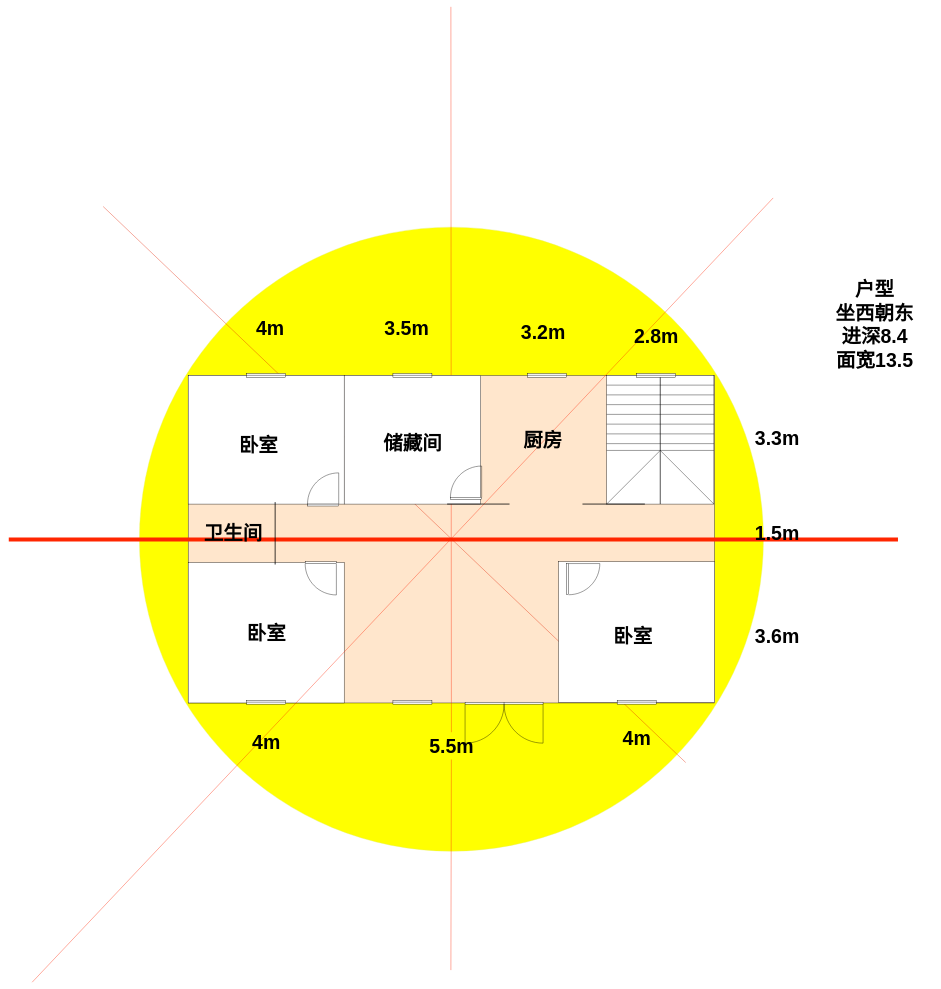
This is 方位户型.drawio from lbrjms/app, a draw.io file, before an edit. Source tidied: cells renumbered, new cells numbered last; positions are measured from the earlier drawing's top-left corner, leaving out a move shared by most shapes. Both pictures are drawn from the tidied source at 39%, with x=0, y=0 at pixel (9, 7).
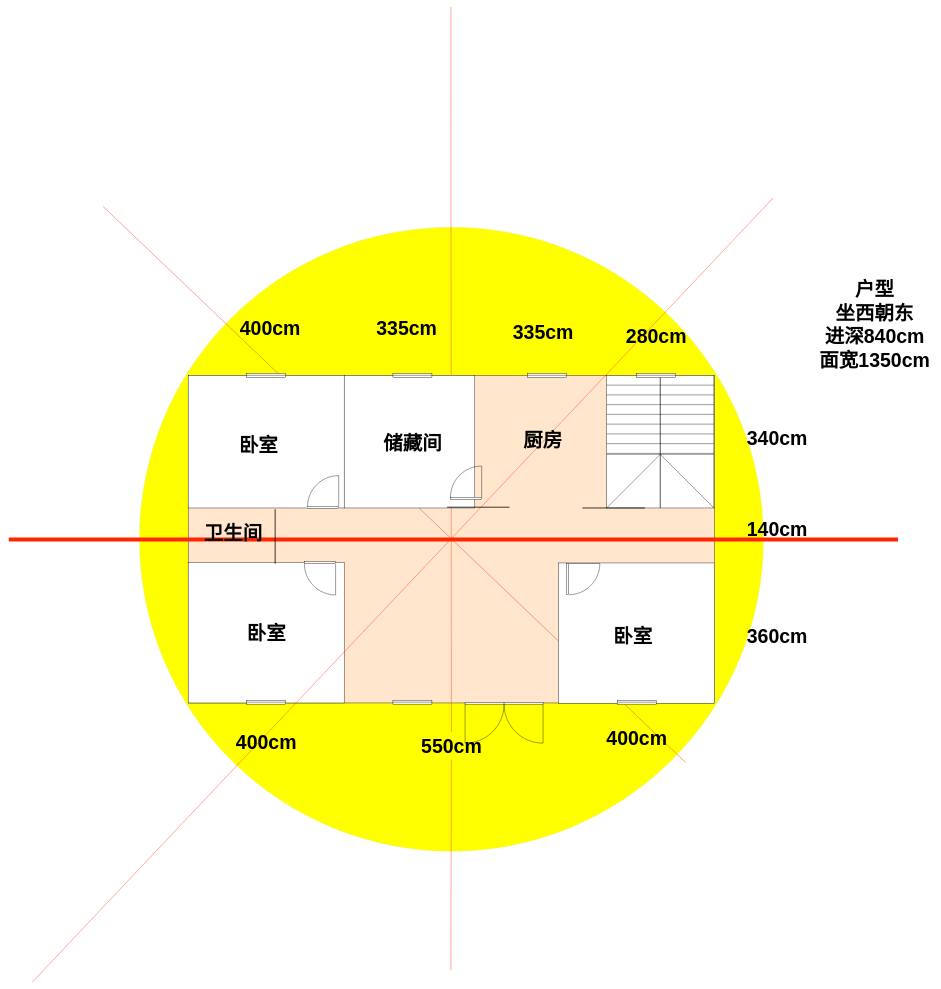
The same page after the edit.

Commit message:
更新方位户型.drawio

Diff of the diagram source:
```diff
@@
     <mxCell id="8" style="rounded=0;whiteSpace=wrap;html=1;" parent="1" vertex="1">
-      <mxGeometry x="1410" y="1423" width="400" height="360" as="geometry" />
+      <mxGeometry x="1410" y="1426" width="400" height="360" as="geometry" />
     </mxCell>
     <mxCell id="9" style="rounded=0;whiteSpace=wrap;html=1;" parent="1" vertex="1">
-      <mxGeometry x="460" y="945" width="400" height="330" as="geometry" />
+      <mxGeometry x="460" y="945" width="400" height="340" as="geometry" />
     </mxCell>
     <mxCell id="10" style="rounded=0;whiteSpace=wrap;html=1;" parent="1" vertex="1">
-      <mxGeometry x="860" y="945" width="350" height="330" as="geometry" />
+      <mxGeometry x="860" y="945" width="335" height="340" as="geometry" />
     </mxCell>
     <mxCell id="11" style="verticalLabelPosition=bottom;html=1;verticalAlign=top;align=center;shape=mxgraph.floorplan.stairsRest;direction=south;" parent="1" vertex="1">
-      <mxGeometry x="1533" y="945" width="275" height="330" as="geometry" />
+      <mxGeometry x="1533" y="945" width="275" height="340" as="geometry" />
     </mxCell>
@@
     <mxCell id="13" style="line;strokeWidth=2;html=1;" parent="1" vertex="1">
-      <mxGeometry x="1124" y="1270" width="160" height="10" as="geometry" />
+      <mxGeometry x="1124" y="1278" width="160" height="10" as="geometry" />
     </mxCell>
     <mxCell id="14" style="line;strokeWidth=2;html=1;" parent="1" vertex="1">
-      <mxGeometry x="1471" y="1270" width="160" height="10" as="geometry" />
+      <mxGeometry x="1471" y="1280" width="160" height="10" as="geometry" />
     </mxCell>
     <mxCell id="15" style="verticalLabelPosition=bottom;html=1;verticalAlign=top;align=center;shape=mxgraph.floorplan.doorRight;" parent="1" vertex="1">
-      <mxGeometry x="760" y="1423" width="80" height="85" as="geometry" />
+      <mxGeometry x="758" y="1423" width="80" height="85" as="geometry" />
     </mxCell>
@@
     <mxCell id="17" style="verticalLabelPosition=bottom;html=1;verticalAlign=top;align=center;shape=mxgraph.floorplan.doorLeft;direction=west;" parent="1" vertex="1">
-      <mxGeometry x="766" y="1195" width="80" height="85" as="geometry" />
+      <mxGeometry x="766" y="1202" width="80" height="85" as="geometry" />
     </mxCell>
@@
     <mxCell id="27" style="line;strokeWidth=2;direction=south;html=1;" parent="1" vertex="1">
-      <mxGeometry x="673" y="1270" width="20" height="160" as="geometry" />
+      <mxGeometry x="673" y="1288" width="20" height="140" as="geometry" />
     </mxCell>
-    <mxCell id="28" value="&lt;div&gt;&lt;b style=&quot;font-size: 50px;&quot;&gt;户型&lt;/b&gt;&lt;span style=&quot;font-size: 50px;&quot;&gt;&lt;b&gt;&lt;br&gt;&lt;/b&gt;&lt;/span&gt;&lt;/div&gt;&lt;div&gt;&lt;span style=&quot;font-size: 50px;&quot;&gt;&lt;b&gt;坐西朝东&lt;/b&gt;&lt;/span&gt;&lt;/div&gt;&lt;span style=&quot;font-size: 50px;&quot;&gt;&lt;b&gt;进深8.4&lt;/b&gt;&lt;/span&gt;&lt;div&gt;&lt;span style=&quot;font-size: 50px;&quot;&gt;&lt;b&gt;面宽13.5&lt;/b&gt;&lt;/span&gt;&lt;/div&gt;" style="text;html=1;align=center;verticalAlign=middle;strokeColor=none;fillColor=none;" parent="1" vertex="1">
-      <mxGeometry x="2110" y="690" width="220" height="250" as="geometry" />
+    <mxCell id="28" value="&lt;div&gt;&lt;b style=&quot;font-size: 50px;&quot;&gt;户型&lt;/b&gt;&lt;span style=&quot;font-size: 50px;&quot;&gt;&lt;b&gt;&lt;br&gt;&lt;/b&gt;&lt;/span&gt;&lt;/div&gt;&lt;div&gt;&lt;span style=&quot;font-size: 50px;&quot;&gt;&lt;b&gt;坐西朝东&lt;/b&gt;&lt;/span&gt;&lt;/div&gt;&lt;span style=&quot;font-size: 50px;&quot;&gt;&lt;b&gt;进深840cm&lt;/b&gt;&lt;/span&gt;&lt;div&gt;&lt;span style=&quot;font-size: 50px;&quot;&gt;&lt;b&gt;面宽1350cm&lt;/b&gt;&lt;/span&gt;&lt;/div&gt;" style="text;html=1;align=center;verticalAlign=middle;strokeColor=none;fillColor=none;" parent="1" vertex="1">
+      <mxGeometry x="2065" y="690" width="310" height="250" as="geometry" />
     </mxCell>
-    <mxCell id="29" value="&lt;div&gt;&lt;span style=&quot;font-size: 50px;&quot;&gt;&lt;b&gt;3.3m&lt;/b&gt;&lt;/span&gt;&lt;/div&gt;" style="text;html=1;align=center;verticalAlign=middle;strokeColor=none;fillColor=none;" parent="1" vertex="1">
-      <mxGeometry x="1900" y="1070" width="140" height="70" as="geometry" />
+    <mxCell id="29" value="&lt;div&gt;&lt;span style=&quot;font-size: 50px;&quot;&gt;&lt;b&gt;340cm&lt;/b&gt;&lt;/span&gt;&lt;/div&gt;" style="text;html=1;align=center;verticalAlign=middle;strokeColor=none;fillColor=none;" parent="1" vertex="1">
+      <mxGeometry x="1880" y="1070" width="180" height="70" as="geometry" />
     </mxCell>
-    <mxCell id="30" value="&lt;div&gt;&lt;span style=&quot;font-size: 50px;&quot;&gt;&lt;b&gt;1.5m&lt;/b&gt;&lt;/span&gt;&lt;/div&gt;" style="text;html=1;align=center;verticalAlign=middle;strokeColor=none;fillColor=none;" parent="1" vertex="1">
-      <mxGeometry x="1900" y="1315" width="140" height="70" as="geometry" />
+    <mxCell id="30" value="&lt;div&gt;&lt;span style=&quot;font-size: 50px;&quot;&gt;&lt;b&gt;140cm&lt;/b&gt;&lt;/span&gt;&lt;/div&gt;" style="text;html=1;align=center;verticalAlign=middle;strokeColor=none;fillColor=none;" parent="1" vertex="1">
+      <mxGeometry x="1880" y="1305" width="180" height="70" as="geometry" />
     </mxCell>
-    <mxCell id="31" value="&lt;div&gt;&lt;span style=&quot;font-size: 50px;&quot;&gt;&lt;b&gt;3.6m&lt;/b&gt;&lt;/span&gt;&lt;/div&gt;" style="text;html=1;align=center;verticalAlign=middle;strokeColor=none;fillColor=none;" parent="1" vertex="1">
-      <mxGeometry x="1900" y="1580" width="140" height="70" as="geometry" />
+    <mxCell id="31" value="&lt;div&gt;&lt;span style=&quot;font-size: 50px;&quot;&gt;&lt;b&gt;360cm&lt;/b&gt;&lt;/span&gt;&lt;/div&gt;" style="text;html=1;align=center;verticalAlign=middle;strokeColor=none;fillColor=none;" parent="1" vertex="1">
+      <mxGeometry x="1880" y="1580" width="180" height="70" as="geometry" />
     </mxCell>
-    <mxCell id="32" value="&lt;div&gt;&lt;span style=&quot;font-size: 50px;&quot;&gt;&lt;b&gt;4m&lt;/b&gt;&lt;/span&gt;&lt;/div&gt;" style="text;html=1;align=center;verticalAlign=middle;strokeColor=none;fillColor=none;" parent="1" vertex="1">
-      <mxGeometry x="1560" y="1840" width="100" height="70" as="geometry" />
+    <mxCell id="32" value="&lt;div&gt;&lt;span style=&quot;font-size: 50px;&quot;&gt;&lt;b&gt;400cm&lt;/b&gt;&lt;/span&gt;&lt;/div&gt;" style="text;html=1;align=center;verticalAlign=middle;strokeColor=none;fillColor=none;" parent="1" vertex="1">
+      <mxGeometry x="1520" y="1840" width="180" height="70" as="geometry" />
     </mxCell>
-    <mxCell id="33" value="&lt;div&gt;&lt;span style=&quot;font-size: 50px;&quot;&gt;&lt;b&gt;4m&lt;/b&gt;&lt;/span&gt;&lt;/div&gt;" style="text;html=1;align=center;verticalAlign=middle;strokeColor=none;fillColor=none;" parent="1" vertex="1">
-      <mxGeometry x="610" y="1850" width="100" height="70" as="geometry" />
+    <mxCell id="33" value="&lt;div&gt;&lt;span style=&quot;font-size: 50px;&quot;&gt;&lt;b&gt;400cm&lt;/b&gt;&lt;/span&gt;&lt;/div&gt;" style="text;html=1;align=center;verticalAlign=middle;strokeColor=none;fillColor=none;" parent="1" vertex="1">
+      <mxGeometry x="570" y="1850" width="180" height="70" as="geometry" />
     </mxCell>
-    <mxCell id="34" value="&lt;div&gt;&lt;span style=&quot;font-size: 50px;&quot;&gt;&lt;b&gt;4m&lt;/b&gt;&lt;/span&gt;&lt;/div&gt;" style="text;html=1;align=center;verticalAlign=middle;strokeColor=none;fillColor=none;" parent="1" vertex="1">
-      <mxGeometry x="620" y="790" width="100" height="70" as="geometry" />
+    <mxCell id="34" value="&lt;div&gt;&lt;span style=&quot;font-size: 50px;&quot;&gt;&lt;b&gt;400cm&lt;/b&gt;&lt;/span&gt;&lt;/div&gt;" style="text;html=1;align=center;verticalAlign=middle;strokeColor=none;fillColor=none;" parent="1" vertex="1">
+      <mxGeometry x="580" y="790" width="180" height="70" as="geometry" />
     </mxCell>
-    <mxCell id="35" value="&lt;div&gt;&lt;span style=&quot;font-size: 50px;&quot;&gt;&lt;b&gt;3.5m&lt;/b&gt;&lt;/span&gt;&lt;/div&gt;" style="text;html=1;align=center;verticalAlign=middle;strokeColor=none;fillColor=none;" parent="1" vertex="1">
-      <mxGeometry x="950" y="790" width="140" height="70" as="geometry" />
+    <mxCell id="35" value="&lt;div&gt;&lt;span style=&quot;font-size: 50px;&quot;&gt;&lt;b&gt;335cm&lt;/b&gt;&lt;/span&gt;&lt;/div&gt;" style="text;html=1;align=center;verticalAlign=middle;strokeColor=none;fillColor=none;" parent="1" vertex="1">
+      <mxGeometry x="930" y="790" width="180" height="70" as="geometry" />
     </mxCell>
-    <mxCell id="36" value="&lt;div&gt;&lt;span style=&quot;font-size: 50px;&quot;&gt;&lt;b&gt;3.2m&lt;/b&gt;&lt;/span&gt;&lt;/div&gt;" style="text;html=1;align=center;verticalAlign=middle;strokeColor=none;fillColor=none;" parent="1" vertex="1">
-      <mxGeometry x="1300" y="800" width="140" height="70" as="geometry" />
+    <mxCell id="36" value="&lt;div&gt;&lt;span style=&quot;font-size: 50px;&quot;&gt;&lt;b&gt;335cm&lt;/b&gt;&lt;/span&gt;&lt;/div&gt;" style="text;html=1;align=center;verticalAlign=middle;strokeColor=none;fillColor=none;" parent="1" vertex="1">
+      <mxGeometry x="1280" y="800" width="180" height="70" as="geometry" />
     </mxCell>
-    <mxCell id="37" value="&lt;div&gt;&lt;span style=&quot;font-size: 50px;&quot;&gt;&lt;b&gt;2.8m&lt;/b&gt;&lt;/span&gt;&lt;/div&gt;" style="text;html=1;align=center;verticalAlign=middle;strokeColor=none;fillColor=none;" parent="1" vertex="1">
-      <mxGeometry x="1590" y="810" width="140" height="70" as="geometry" />
+    <mxCell id="37" value="&lt;div&gt;&lt;span style=&quot;font-size: 50px;&quot;&gt;&lt;b&gt;280cm&lt;/b&gt;&lt;/span&gt;&lt;/div&gt;" style="text;html=1;align=center;verticalAlign=middle;strokeColor=none;fillColor=none;" parent="1" vertex="1">
+      <mxGeometry x="1570" y="810" width="180" height="70" as="geometry" />
     </mxCell>
@@
-    <mxCell id="39" value="&lt;div&gt;&lt;span style=&quot;font-size: 50px;&quot;&gt;&lt;b&gt;5.5m&lt;/b&gt;&lt;/span&gt;&lt;/div&gt;" style="text;html=1;align=center;verticalAlign=middle;points=[];strokeColor=none;fillColor=none;" parent="1" vertex="1">
-      <mxGeometry x="1065" y="1860" width="140" height="70" as="geometry" />
+    <mxCell id="39" value="&lt;div&gt;&lt;span style=&quot;font-size: 50px;&quot;&gt;&lt;b&gt;550cm&lt;/b&gt;&lt;/span&gt;&lt;/div&gt;" style="text;html=1;align=center;verticalAlign=middle;points=[];strokeColor=none;fillColor=none;" parent="1" vertex="1">
+      <mxGeometry x="1045" y="1860" width="180" height="70" as="geometry" />
     </mxCell>
```
